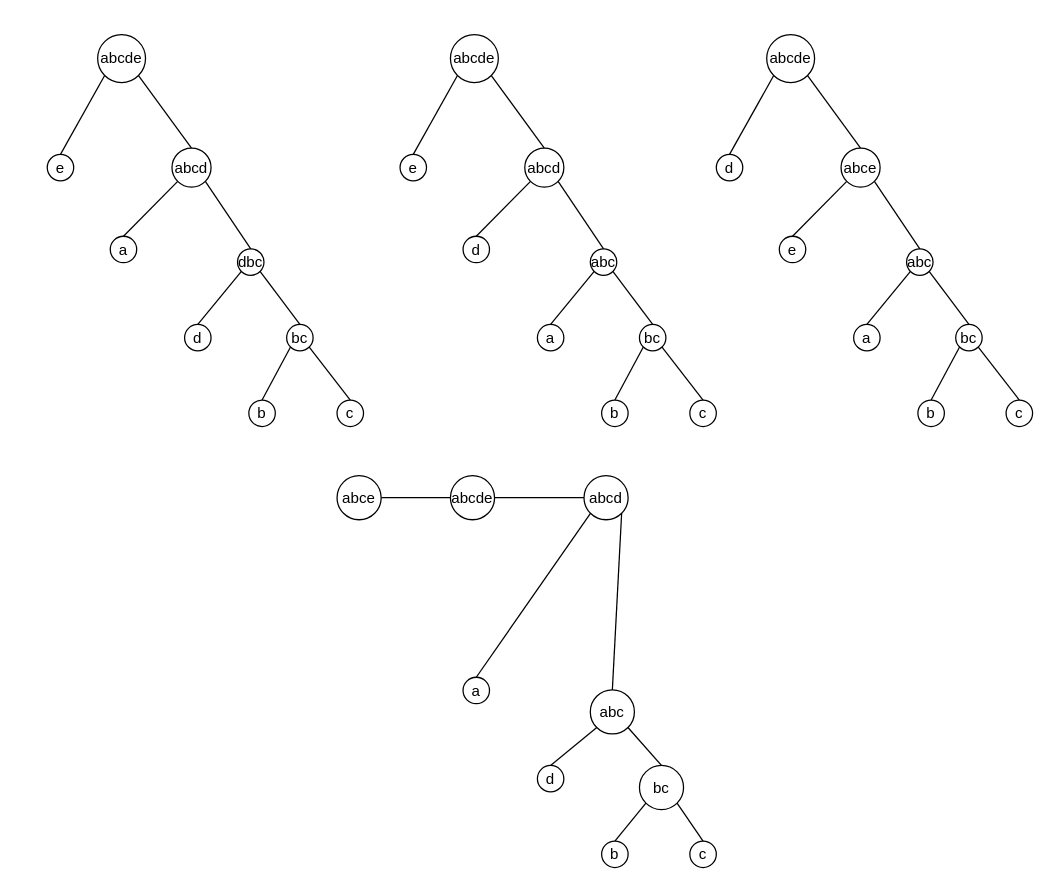
Above: img/Fig_degree.drawio in tahiri-lab/PrismTree (draw.io), before the change. Source tidied: cells renumbered, new cells numbered last; positions are measured from the earlier drawing's top-left corner, leaving out a move shared by most shapes. Both pictures are drawn from the tidied source at 126%, with x=0, y=0 at pixel (47, 34).
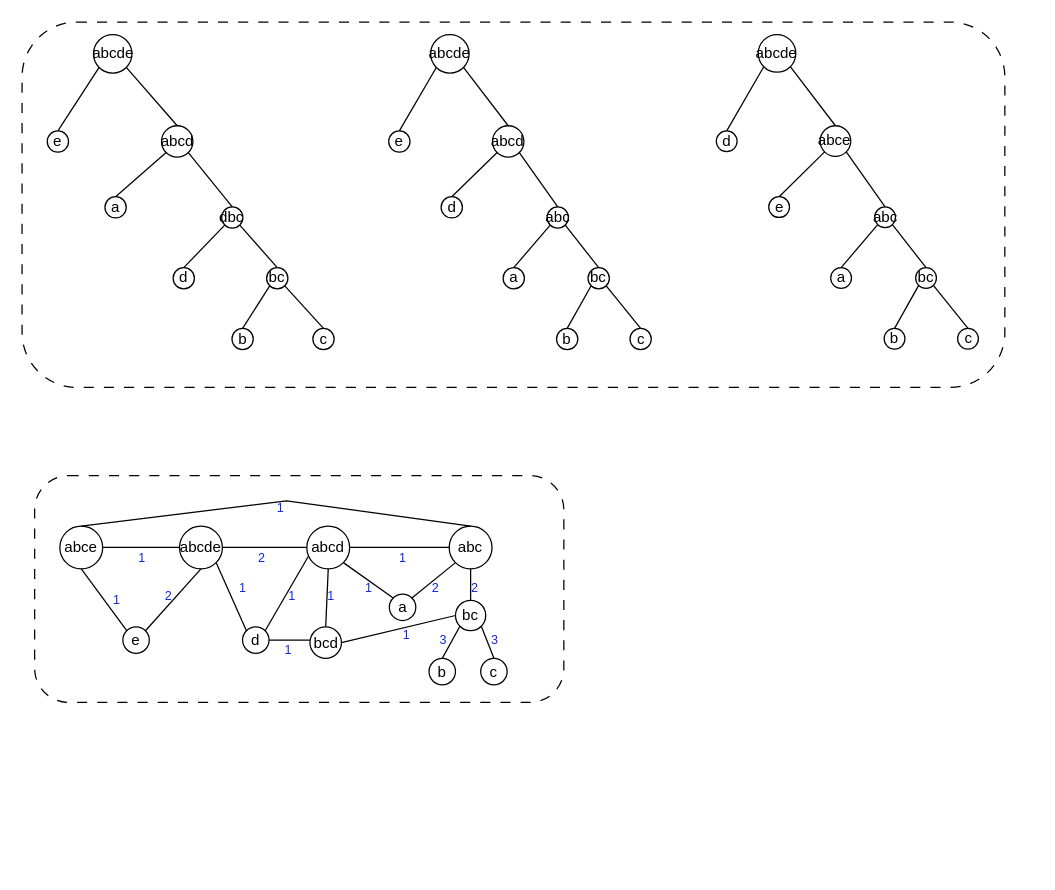
The same page after the edit.

Diff of the diagram source:
```diff
@@
+    <mxCell id="73" style="rounded=1;whiteSpace=wrap;html=1;dashed=1;dashPattern=8 8;" parent="1" vertex="1">
+      <mxGeometry x="-20" y="-10" width="780" height="290" as="geometry" />
+    </mxCell>
+    <mxCell id="74" style="rounded=1;whiteSpace=wrap;html=1;dashed=1;dashPattern=8 8;" parent="1" vertex="1">
+      <mxGeometry x="-10" y="350" width="420" height="180" as="geometry" />
+    </mxCell>
     <mxCell id="2" style="group;" parent="1" vertex="1">
-      <mxGeometry width="251" height="311" as="geometry" />
+      <mxGeometry width="230" height="250" as="geometry" />
     </mxCell>
     <mxCell id="3" value="bc" style="ellipse;whiteSpace=wrap;html=1;fontStyle=0;" parent="2" vertex="1">
-      <mxGeometry x="190" y="230" width="21" height="21" as="geometry" />
+      <mxGeometry x="174.1" y="184.9" width="16.9" height="16.9" as="geometry" />
     </mxCell>
     <mxCell id="4" value="dbc" style="ellipse;whiteSpace=wrap;html=1;fontStyle=0;" parent="2" vertex="1">
-      <mxGeometry x="151" y="170" width="21" height="21" as="geometry" />
+      <mxGeometry x="138.4" y="136.7" width="16.9" height="16.9" as="geometry" />
     </mxCell>
@@
     <mxCell id="11" value="&lt;font style=&quot;font-size: 12px;&quot;&gt;d&lt;/font&gt;" style="ellipse;whiteSpace=wrap;html=1;fontStyle=0;" parent="2" vertex="1">
-      <mxGeometry x="109" y="230" width="21" height="21" as="geometry" />
+      <mxGeometry x="99.9" y="184.9" width="16.9" height="16.9" as="geometry" />
     </mxCell>
     <mxCell id="12" value="&lt;font style=&quot;font-size: 12px;&quot;&gt;b&lt;/font&gt;" style="ellipse;whiteSpace=wrap;html=1;fontStyle=0;" parent="2" vertex="1">
-      <mxGeometry x="160" y="290" width="21" height="21" as="geometry" />
+      <mxGeometry x="146.6" y="233.1" width="16.9" height="16.9" as="geometry" />
     </mxCell>
     <mxCell id="13" value="&lt;font style=&quot;font-size: 12px;&quot;&gt;c&lt;/font&gt;" style="ellipse;whiteSpace=wrap;html=1;fontStyle=0;" parent="2" vertex="1">
-      <mxGeometry x="230" y="290" width="21" height="21" as="geometry" />
+      <mxGeometry x="210.8" y="233.1" width="16.9" height="16.9" as="geometry" />
     </mxCell>
     <mxCell id="14" value="a" style="ellipse;whiteSpace=wrap;html=1;fontStyle=0;" parent="2" vertex="1">
-      <mxGeometry x="50" y="160" width="21" height="21" as="geometry" />
+      <mxGeometry x="45.8" y="128.6" width="16.9" height="16.9" as="geometry" />
     </mxCell>
     <mxCell id="15" value="abcd" style="ellipse;whiteSpace=wrap;html=1;fontStyle=0;" parent="2" vertex="1">
-      <mxGeometry x="99" y="90" width="31" height="31" as="geometry" />
+      <mxGeometry x="90.7" y="72.3" width="24.9" height="24.9" as="geometry" />
     </mxCell>
     <mxCell id="16" value="&lt;font style=&quot;font-size: 12px;&quot;&gt;e&lt;/font&gt;" style="ellipse;whiteSpace=wrap;html=1;fontStyle=0;" parent="2" vertex="1">
-      <mxGeometry y="95" width="21" height="21" as="geometry" />
+      <mxGeometry y="76.4" width="16.9" height="16.9" as="geometry" />
     </mxCell>
     <mxCell id="17" value="&lt;font style=&quot;font-size: 12px;&quot;&gt;abcde&lt;/font&gt;" style="ellipse;whiteSpace=wrap;html=1;fontStyle=0;" parent="2" vertex="1">
-      <mxGeometry x="40" width="38" height="38" as="geometry" />
+      <mxGeometry x="36.7" width="30.5" height="30.5" as="geometry" />
     </mxCell>
@@
     <mxCell id="20" style="group;" parent="1" vertex="1">
-      <mxGeometry x="280" width="251" height="311" as="geometry" />
+      <mxGeometry x="271" width="209" height="250" as="geometry" />
     </mxCell>
     <mxCell id="21" value="bc" style="ellipse;whiteSpace=wrap;html=1;fontStyle=0;" parent="20" vertex="1">
-      <mxGeometry x="190" y="230" width="21" height="21" as="geometry" />
+      <mxGeometry x="158.2" y="184.9" width="16.9" height="16.9" as="geometry" />
     </mxCell>
     <mxCell id="22" value="abc" style="ellipse;whiteSpace=wrap;html=1;fontStyle=0;" parent="20" vertex="1">
-      <mxGeometry x="151" y="170" width="21" height="21" as="geometry" />
+      <mxGeometry x="125.7" y="136.7" width="16.9" height="16.9" as="geometry" />
     </mxCell>
@@
     <mxCell id="29" value="&lt;font style=&quot;font-size: 12px;&quot;&gt;a&lt;/font&gt;" style="ellipse;whiteSpace=wrap;html=1;fontStyle=0;" parent="20" vertex="1">
-      <mxGeometry x="109" y="230" width="21" height="21" as="geometry" />
+      <mxGeometry x="90.8" y="184.9" width="16.9" height="16.9" as="geometry" />
     </mxCell>
     <mxCell id="30" value="&lt;font style=&quot;font-size: 12px;&quot;&gt;b&lt;/font&gt;" style="ellipse;whiteSpace=wrap;html=1;fontStyle=0;" parent="20" vertex="1">
-      <mxGeometry x="160" y="290" width="21" height="21" as="geometry" />
+      <mxGeometry x="133.2" y="233.1" width="16.9" height="16.9" as="geometry" />
     </mxCell>
     <mxCell id="31" value="&lt;font style=&quot;font-size: 12px;&quot;&gt;c&lt;/font&gt;" style="ellipse;whiteSpace=wrap;html=1;fontStyle=0;" parent="20" vertex="1">
-      <mxGeometry x="230" y="290" width="21" height="21" as="geometry" />
+      <mxGeometry x="191.5" y="233.1" width="16.9" height="16.9" as="geometry" />
     </mxCell>
     <mxCell id="32" value="d" style="ellipse;whiteSpace=wrap;html=1;fontStyle=0;" parent="20" vertex="1">
-      <mxGeometry x="50" y="160" width="21" height="21" as="geometry" />
+      <mxGeometry x="41.6" y="128.6" width="16.9" height="16.9" as="geometry" />
     </mxCell>
     <mxCell id="33" value="abcd" style="ellipse;whiteSpace=wrap;html=1;fontStyle=0;" parent="20" vertex="1">
-      <mxGeometry x="99" y="90" width="31" height="31" as="geometry" />
+      <mxGeometry x="82.4" y="72.3" width="24.9" height="24.9" as="geometry" />
     </mxCell>
     <mxCell id="34" value="&lt;font style=&quot;font-size: 12px;&quot;&gt;e&lt;/font&gt;" style="ellipse;whiteSpace=wrap;html=1;fontStyle=0;" parent="20" vertex="1">
-      <mxGeometry y="95" width="21" height="21" as="geometry" />
+      <mxGeometry y="76.4" width="16.9" height="16.9" as="geometry" />
     </mxCell>
     <mxCell id="35" value="&lt;font style=&quot;font-size: 12px;&quot;&gt;abcde&lt;/font&gt;" style="ellipse;whiteSpace=wrap;html=1;fontStyle=0;" parent="20" vertex="1">
-      <mxGeometry x="40" width="38" height="38" as="geometry" />
+      <mxGeometry x="33.3" width="30.5" height="30.5" as="geometry" />
     </mxCell>
@@
     <mxCell id="38" style="group;" parent="1" vertex="1">
-      <mxGeometry x="531" width="251" height="311" as="geometry" />
+      <mxGeometry x="531" width="209" height="250" as="geometry" />
     </mxCell>
     <mxCell id="39" value="bc" style="ellipse;whiteSpace=wrap;html=1;fontStyle=0;" parent="38" vertex="1">
-      <mxGeometry x="190" y="230" width="21" height="21" as="geometry" />
+      <mxGeometry x="158.2" y="184.9" width="16.5" height="16.5" as="geometry" />
     </mxCell>
     <mxCell id="40" value="abc" style="ellipse;whiteSpace=wrap;html=1;fontStyle=0;" parent="38" vertex="1">
-      <mxGeometry x="151" y="170" width="21" height="21" as="geometry" />
+      <mxGeometry x="125.7" y="136.7" width="16.5" height="16.5" as="geometry" />
     </mxCell>
@@
     <mxCell id="47" value="&lt;font style=&quot;font-size: 12px;&quot;&gt;a&lt;/font&gt;" style="ellipse;whiteSpace=wrap;html=1;fontStyle=0;" parent="38" vertex="1">
-      <mxGeometry x="109" y="230" width="21" height="21" as="geometry" />
+      <mxGeometry x="90.8" y="184.9" width="16.5" height="16.5" as="geometry" />
     </mxCell>
     <mxCell id="48" value="&lt;font style=&quot;font-size: 12px;&quot;&gt;b&lt;/font&gt;" style="ellipse;whiteSpace=wrap;html=1;fontStyle=0;" parent="38" vertex="1">
-      <mxGeometry x="160" y="290" width="21" height="21" as="geometry" />
+      <mxGeometry x="133.2" y="233.1" width="16.5" height="16.5" as="geometry" />
     </mxCell>
     <mxCell id="49" value="&lt;font style=&quot;font-size: 12px;&quot;&gt;c&lt;/font&gt;" style="ellipse;whiteSpace=wrap;html=1;fontStyle=0;" parent="38" vertex="1">
-      <mxGeometry x="230" y="290" width="21" height="21" as="geometry" />
+      <mxGeometry x="191.5" y="233.1" width="16.5" height="16.5" as="geometry" />
     </mxCell>
     <mxCell id="50" value="e" style="ellipse;whiteSpace=wrap;html=1;fontStyle=0;" parent="38" vertex="1">
-      <mxGeometry x="50" y="160" width="21" height="21" as="geometry" />
+      <mxGeometry x="41.6" y="128.6" width="16.5" height="16.5" as="geometry" />
     </mxCell>
     <mxCell id="51" value="abce" style="ellipse;whiteSpace=wrap;html=1;fontStyle=0;" parent="38" vertex="1">
-      <mxGeometry x="99" y="90" width="31" height="31" as="geometry" />
+      <mxGeometry x="82.4" y="72.3" width="24.3" height="24.3" as="geometry" />
     </mxCell>
     <mxCell id="52" value="&lt;font style=&quot;font-size: 12px;&quot;&gt;d&lt;/font&gt;" style="ellipse;whiteSpace=wrap;html=1;fontStyle=0;" parent="38" vertex="1">
-      <mxGeometry y="95" width="21" height="21" as="geometry" />
+      <mxGeometry y="76.4" width="16.5" height="16.5" as="geometry" />
     </mxCell>
     <mxCell id="53" value="&lt;font style=&quot;font-size: 12px;&quot;&gt;abcde&lt;/font&gt;" style="ellipse;whiteSpace=wrap;html=1;fontStyle=0;" parent="38" vertex="1">
-      <mxGeometry x="40" width="38" height="38" as="geometry" />
+      <mxGeometry x="33.3" width="29.8" height="29.8" as="geometry" />
     </mxCell>
@@
+    <mxCell id="75" style="group;" parent="1" vertex="1">
+      <mxGeometry x="10" y="380" width="360" height="136" as="geometry" />
+    </mxCell>
-    <mxCell id="56" value="bc" style="ellipse;whiteSpace=wrap;html=1;fontStyle=0;" parent="1" vertex="1">
-      <mxGeometry x="470" y="580" width="35" height="35" as="geometry" />
+    <mxCell id="56" value="bc" style="ellipse;whiteSpace=wrap;html=1;fontStyle=0;" parent="75" vertex="1">
+      <mxGeometry x="314" y="69" width="24" height="24" as="geometry" />
     </mxCell>
-    <mxCell id="57" value="abc" style="ellipse;whiteSpace=wrap;html=1;fontStyle=0;" parent="1" vertex="1">
-      <mxGeometry x="431" y="520" width="35" height="35" as="geometry" />
+    <mxCell id="57" value="abc" style="ellipse;whiteSpace=wrap;html=1;fontStyle=0;" parent="75" vertex="1">
+      <mxGeometry x="309" y="10" width="34" height="34" as="geometry" />
     </mxCell>
-    <mxCell id="58" style="endArrow=none;html=1;rounded=0;exitX=0;exitY=0.5;exitDx=0;exitDy=0;entryX=1;entryY=0.5;entryDx=0;entryDy=0;fontStyle=0;" parent="1" edge="1" source="68" target="70">
+    <mxCell id="58" style="endArrow=none;html=1;rounded=0;exitX=0;exitY=0.5;exitDx=0;exitDy=0;entryX=1;entryY=0.5;entryDx=0;entryDy=0;fontStyle=0;" parent="75" edge="1" source="68" target="70">
       <mxGeometry relative="1" as="geometry" />
     </mxCell>
-    <mxCell id="59" style="endArrow=none;html=1;rounded=0;exitX=0.5;exitY=0;exitDx=0;exitDy=0;entryX=0;entryY=1;entryDx=0;entryDy=0;fontStyle=0;" parent="1" edge="1" source="67" target="68">
+    <mxCell id="59" style="endArrow=none;html=1;rounded=0;exitX=0.5;exitY=0;exitDx=0;exitDy=0;entryX=0.5;entryY=1;entryDx=0;entryDy=0;fontStyle=0;" parent="75" edge="1" source="67" target="68">
       <mxGeometry relative="1" as="geometry" />
     </mxCell>
-    <mxCell id="60" style="endArrow=none;html=1;rounded=0;exitX=0.5;exitY=0;exitDx=0;exitDy=0;entryX=0;entryY=1;entryDx=0;entryDy=0;fontStyle=0;" parent="1" edge="1" source="64" target="57">
+    <mxCell id="60" style="endArrow=none;html=1;rounded=0;exitX=1;exitY=0;exitDx=0;exitDy=0;entryX=0;entryY=1;entryDx=0;entryDy=0;fontStyle=0;" parent="75" edge="1" source="64" target="57">
       <mxGeometry relative="1" as="geometry" />
     </mxCell>
-    <mxCell id="61" style="endArrow=none;html=1;rounded=0;exitX=1;exitY=0.5;exitDx=0;exitDy=0;entryX=0;entryY=0.5;entryDx=0;entryDy=0;fontStyle=0;" parent="1" edge="1" source="69" target="70">
+    <mxCell id="61" style="endArrow=none;html=1;rounded=0;exitX=1;exitY=0.5;exitDx=0;exitDy=0;entryX=0;entryY=0.5;entryDx=0;entryDy=0;fontStyle=0;" parent="75" edge="1" source="69" target="70">
       <mxGeometry relative="1" as="geometry" />
     </mxCell>
-    <mxCell id="62" style="endArrow=none;html=1;rounded=0;entryX=0;entryY=1;entryDx=0;entryDy=0;exitX=0.5;exitY=0;exitDx=0;exitDy=0;fontStyle=0;" parent="1" edge="1" source="65" target="56">
+    <mxCell id="62" style="endArrow=none;html=1;rounded=0;entryX=0;entryY=1;entryDx=0;entryDy=0;exitX=0.5;exitY=0;exitDx=0;exitDy=0;fontStyle=0;" parent="75" edge="1" source="65" target="56">
       <mxGeometry relative="1" as="geometry" />
     </mxCell>
-    <mxCell id="63" style="endArrow=none;html=1;rounded=0;entryX=1;entryY=1;entryDx=0;entryDy=0;exitX=0.5;exitY=0;exitDx=0;exitDy=0;fontStyle=0;" parent="1" edge="1" source="66" target="56">
+    <mxCell id="63" style="endArrow=none;html=1;rounded=0;entryX=1;entryY=1;entryDx=0;entryDy=0;exitX=0.5;exitY=0;exitDx=0;exitDy=0;fontStyle=0;" parent="75" edge="1" source="66" target="56">
       <mxGeometry relative="1" as="geometry" />
     </mxCell>
-    <mxCell id="64" value="&lt;font style=&quot;font-size: 12px;&quot;&gt;d&lt;/font&gt;" style="ellipse;whiteSpace=wrap;html=1;fontStyle=0;" parent="1" vertex="1">
-      <mxGeometry x="389" y="580" width="21" height="21" as="geometry" />
+    <mxCell id="64" value="&lt;font style=&quot;font-size: 12px;&quot;&gt;a&lt;/font&gt;" style="ellipse;whiteSpace=wrap;html=1;fontStyle=0;" parent="75" vertex="1">
+      <mxGeometry x="261.5" y="64" width="21" height="21" as="geometry" />
     </mxCell>
-    <mxCell id="65" value="&lt;font style=&quot;font-size: 12px;&quot;&gt;b&lt;/font&gt;" style="ellipse;whiteSpace=wrap;html=1;fontStyle=0;" parent="1" vertex="1">
-      <mxGeometry x="440" y="640" width="21" height="21" as="geometry" />
+    <mxCell id="65" value="&lt;font style=&quot;font-size: 12px;&quot;&gt;b&lt;/font&gt;" style="ellipse;whiteSpace=wrap;html=1;fontStyle=0;" parent="75" vertex="1">
+      <mxGeometry x="293" y="115" width="21" height="21" as="geometry" />
     </mxCell>
-    <mxCell id="66" value="&lt;font style=&quot;font-size: 12px;&quot;&gt;c&lt;/font&gt;" style="ellipse;whiteSpace=wrap;html=1;fontStyle=0;" parent="1" vertex="1">
-      <mxGeometry x="510" y="640" width="21" height="21" as="geometry" />
+    <mxCell id="66" value="&lt;font style=&quot;font-size: 12px;&quot;&gt;c&lt;/font&gt;" style="ellipse;whiteSpace=wrap;html=1;fontStyle=0;" parent="75" vertex="1">
+      <mxGeometry x="334" y="115" width="21" height="21" as="geometry" />
     </mxCell>
-    <mxCell id="67" value="a" style="ellipse;whiteSpace=wrap;html=1;fontStyle=0;" parent="1" vertex="1">
-      <mxGeometry x="330" y="510" width="21" height="21" as="geometry" />
+    <mxCell id="67" value="bcd" style="ellipse;whiteSpace=wrap;html=1;fontStyle=0;" parent="75" vertex="1">
+      <mxGeometry x="198.5" y="90" width="25" height="25" as="geometry" />
     </mxCell>
-    <mxCell id="68" value="abcd" style="ellipse;whiteSpace=wrap;html=1;fontStyle=0;" parent="1" vertex="1">
-      <mxGeometry x="426" y="350" width="35" height="35" as="geometry" />
+    <mxCell id="68" value="abcd" style="ellipse;whiteSpace=wrap;html=1;fontStyle=0;" parent="75" vertex="1">
+      <mxGeometry x="196" y="10" width="34" height="34" as="geometry" />
     </mxCell>
-    <mxCell id="69" value="&lt;font style=&quot;font-size: 12px;&quot;&gt;abce&lt;/font&gt;" style="ellipse;whiteSpace=wrap;html=1;fontStyle=0;" parent="1" vertex="1">
-      <mxGeometry x="230" y="350" width="35" height="35" as="geometry" />
+    <mxCell id="69" value="&lt;font style=&quot;font-size: 12px;&quot;&gt;abce&lt;/font&gt;" style="ellipse;whiteSpace=wrap;html=1;fontStyle=0;" parent="75" vertex="1">
+      <mxGeometry y="10" width="34" height="34" as="geometry" />
     </mxCell>
-    <mxCell id="70" value="&lt;font style=&quot;font-size: 12px;&quot;&gt;abcde&lt;/font&gt;" style="ellipse;whiteSpace=wrap;html=1;fontStyle=0;" parent="1" vertex="1">
-      <mxGeometry x="320" y="350" width="35" height="35" as="geometry" />
+    <mxCell id="70" value="&lt;font style=&quot;font-size: 12px;&quot;&gt;abcde&lt;/font&gt;" style="ellipse;whiteSpace=wrap;html=1;fontStyle=0;" parent="75" vertex="1">
+      <mxGeometry x="95" y="10" width="34" height="34" as="geometry" />
     </mxCell>
-    <mxCell id="71" style="endArrow=none;html=1;rounded=0;entryX=1;entryY=1;entryDx=0;entryDy=0;exitX=0.5;exitY=0;exitDx=0;exitDy=0;fontStyle=0;" parent="1" edge="1" source="57" target="68">
+    <mxCell id="71" style="endArrow=none;html=1;rounded=0;entryX=1;entryY=0.5;entryDx=0;entryDy=0;exitX=0;exitY=0.5;exitDx=0;exitDy=0;fontStyle=0;" parent="75" edge="1" source="57" target="68">
       <mxGeometry relative="1" as="geometry" />
     </mxCell>
-    <mxCell id="72" style="endArrow=none;html=1;rounded=0;entryX=1;entryY=1;entryDx=0;entryDy=0;exitX=0.5;exitY=0;exitDx=0;exitDy=0;fontStyle=0;" parent="1" edge="1" source="56" target="57">
+    <mxCell id="72" style="endArrow=none;html=1;rounded=0;entryX=0.5;entryY=1;entryDx=0;entryDy=0;exitX=0.5;exitY=0;exitDx=0;exitDy=0;fontStyle=0;" parent="75" edge="1" source="56" target="57">
       <mxGeometry relative="1" as="geometry" />
     </mxCell>
+    <mxCell id="76" style="endArrow=none;html=1;rounded=0;entryX=1;entryY=1;entryDx=0;entryDy=0;exitX=0;exitY=0;exitDx=0;exitDy=0;" parent="75" edge="1" source="64" target="68">
+      <mxGeometry relative="1" as="geometry" />
+    </mxCell>
+    <mxCell id="77" value="&lt;font style=&quot;font-size: 12px;&quot;&gt;e&lt;/font&gt;" style="ellipse;whiteSpace=wrap;html=1;fontStyle=0;" parent="75" vertex="1">
+      <mxGeometry x="50" y="90" width="21" height="21" as="geometry" />
+    </mxCell>
+    <mxCell id="78" style="endArrow=none;html=1;rounded=0;exitX=0;exitY=0;exitDx=0;exitDy=0;entryX=0.5;entryY=1;entryDx=0;entryDy=0;" parent="75" edge="1" source="77" target="69">
+      <mxGeometry relative="1" as="geometry" />
+    </mxCell>
+    <mxCell id="79" style="endArrow=none;html=1;rounded=0;entryX=0.5;entryY=1;entryDx=0;entryDy=0;exitX=1;exitY=0;exitDx=0;exitDy=0;" parent="75" edge="1" source="77" target="70">
+      <mxGeometry relative="1" as="geometry" />
+    </mxCell>
+    <mxCell id="80" value="&lt;font style=&quot;font-size: 12px;&quot;&gt;d&lt;/font&gt;" style="ellipse;whiteSpace=wrap;html=1;fontStyle=0;" parent="75" vertex="1">
+      <mxGeometry x="145" y="90" width="21" height="21" as="geometry" />
+    </mxCell>
+    <mxCell id="81" style="endArrow=none;html=1;rounded=0;entryX=0.034;entryY=0.71;entryDx=0;entryDy=0;entryPerimeter=0;exitX=1;exitY=0;exitDx=0;exitDy=0;" parent="75" edge="1" source="80" target="68">
+      <mxGeometry relative="1" as="geometry" />
+    </mxCell>
+    <mxCell id="82" style="endArrow=none;html=1;rounded=0;entryX=1;entryY=1;entryDx=0;entryDy=0;exitX=0;exitY=0;exitDx=0;exitDy=0;" parent="75" edge="1" source="80" target="70">
+      <mxGeometry relative="1" as="geometry" />
+    </mxCell>
+    <mxCell id="83" style="endArrow=none;html=1;rounded=0;entryX=1;entryY=0.5;entryDx=0;entryDy=0;exitX=0.007;exitY=0.422;exitDx=0;exitDy=0;exitPerimeter=0;" parent="75" edge="1" source="67" target="80">
+      <mxGeometry relative="1" as="geometry" />
+    </mxCell>
+    <mxCell id="84" style="endArrow=none;html=1;rounded=0;entryX=0;entryY=0.5;entryDx=0;entryDy=0;exitX=1;exitY=0.5;exitDx=0;exitDy=0;" parent="75" edge="1" source="67" target="56">
+      <mxGeometry relative="1" as="geometry" />
+    </mxCell>
+    <mxCell id="85" style="endArrow=none;html=1;rounded=0;entryX=0.5;entryY=0;entryDx=0;entryDy=0;exitX=0.5;exitY=0;exitDx=0;exitDy=0;" parent="75" edge="1" source="69" target="57">
+      <mxGeometry relative="1" as="geometry">
+        <Array as="points">
+          <mxPoint x="180" y="-10" />
+        </Array>
+      </mxGeometry>
+    </mxCell>
+    <mxCell id="86" value="&lt;font color=&quot;#0d27e7&quot; style=&quot;font-size: 10px;&quot;&gt;1&lt;/font&gt;" style="text;html=1;align=center;verticalAlign=middle;fontColor=#3e0925;" parent="75" vertex="1">
+      <mxGeometry x="50" y="20" width="30" height="30" as="geometry" />
+    </mxCell>
+    <mxCell id="87" value="&lt;font color=&quot;#0d27e7&quot; style=&quot;font-size: 10px;&quot;&gt;1&lt;/font&gt;" style="text;html=1;align=center;verticalAlign=middle;fontColor=#3e0925;" parent="75" vertex="1">
+      <mxGeometry x="30" y="53" width="30" height="30" as="geometry" />
+    </mxCell>
+    <mxCell id="88" value="&lt;font color=&quot;#0d27e7&quot; style=&quot;font-size: 10px;&quot;&gt;2&lt;/font&gt;" style="text;html=1;align=center;verticalAlign=middle;fontColor=#3e0925;" parent="75" vertex="1">
+      <mxGeometry x="71" y="50" width="30" height="30" as="geometry" />
+    </mxCell>
+    <mxCell id="89" value="&lt;font color=&quot;#0d27e7&quot; style=&quot;font-size: 10px;&quot;&gt;1&lt;/font&gt;" style="text;html=1;align=center;verticalAlign=middle;fontColor=#3e0925;" parent="75" vertex="1">
+      <mxGeometry x="130" y="44" width="30" height="30" as="geometry" />
+    </mxCell>
+    <mxCell id="90" value="&lt;font color=&quot;#0d27e7&quot; style=&quot;font-size: 10px;&quot;&gt;2&lt;/font&gt;" style="text;html=1;align=center;verticalAlign=middle;fontColor=#3e0925;" parent="75" vertex="1">
+      <mxGeometry x="145" y="20" width="30" height="30" as="geometry" />
+    </mxCell>
+    <mxCell id="91" value="&lt;font color=&quot;#0d27e7&quot; style=&quot;font-size: 10px;&quot;&gt;1&lt;/font&gt;" style="text;html=1;align=center;verticalAlign=middle;fontColor=#3e0925;" parent="75" vertex="1">
+      <mxGeometry x="168.5" y="50" width="30" height="30" as="geometry" />
+    </mxCell>
+    <mxCell id="92" value="&lt;font color=&quot;#0d27e7&quot; style=&quot;font-size: 10px;&quot;&gt;1&lt;/font&gt;" style="text;html=1;align=center;verticalAlign=middle;fontColor=#3e0925;" parent="75" vertex="1">
+      <mxGeometry x="166" y="93" width="30" height="30" as="geometry" />
+    </mxCell>
+    <mxCell id="93" value="&lt;font color=&quot;#0d27e7&quot; style=&quot;font-size: 10px;&quot;&gt;1&lt;/font&gt;" style="text;html=1;align=center;verticalAlign=middle;fontColor=#3e0925;" parent="75" vertex="1">
+      <mxGeometry x="230" y="44" width="30" height="30" as="geometry" />
+    </mxCell>
+    <mxCell id="94" value="&lt;font color=&quot;#0d27e7&quot; style=&quot;font-size: 10px;&quot;&gt;1&lt;/font&gt;" style="text;html=1;align=center;verticalAlign=middle;fontColor=#3e0925;" parent="75" vertex="1">
+      <mxGeometry x="200" y="50" width="30" height="30" as="geometry" />
+    </mxCell>
+    <mxCell id="95" value="&lt;font color=&quot;#0d27e7&quot; style=&quot;font-size: 10px;&quot;&gt;1&lt;/font&gt;" style="text;html=1;align=center;verticalAlign=middle;fontColor=#3e0925;" parent="75" vertex="1">
+      <mxGeometry x="257" y="20" width="30" height="30" as="geometry" />
+    </mxCell>
+    <mxCell id="96" value="&lt;font color=&quot;#0d27e7&quot; style=&quot;font-size: 10px;&quot;&gt;2&lt;/font&gt;" style="text;html=1;align=center;verticalAlign=middle;fontColor=#3e0925;" parent="75" vertex="1">
+      <mxGeometry x="282.5" y="44" width="30" height="30" as="geometry" />
+    </mxCell>
+    <mxCell id="97" value="&lt;font color=&quot;#0d27e7&quot; style=&quot;font-size: 10px;&quot;&gt;2&lt;/font&gt;" style="text;html=1;align=center;verticalAlign=middle;fontColor=#3e0925;" parent="75" vertex="1">
+      <mxGeometry x="314" y="44" width="30" height="30" as="geometry" />
+    </mxCell>
+    <mxCell id="98" value="&lt;font color=&quot;#0d27e7&quot; style=&quot;font-size: 10px;&quot;&gt;1&lt;/font&gt;" style="text;html=1;align=center;verticalAlign=middle;fontColor=#3e0925;" parent="75" vertex="1">
+      <mxGeometry x="260" y="81" width="30" height="30" as="geometry" />
+    </mxCell>
+    <mxCell id="99" value="&lt;font color=&quot;#0d27e7&quot; style=&quot;font-size: 10px;&quot;&gt;3&lt;/font&gt;" style="text;html=1;align=center;verticalAlign=middle;fontColor=#3e0925;" parent="75" vertex="1">
+      <mxGeometry x="288.5" y="85" width="30" height="30" as="geometry" />
+    </mxCell>
+    <mxCell id="100" value="&lt;font color=&quot;#0d27e7&quot; style=&quot;font-size: 10px;&quot;&gt;3&lt;/font&gt;" style="text;html=1;align=center;verticalAlign=middle;fontColor=#3e0925;" parent="75" vertex="1">
+      <mxGeometry x="330" y="85" width="30" height="30" as="geometry" />
+    </mxCell>
+    <mxCell id="101" value="&lt;font color=&quot;#0d27e7&quot; style=&quot;font-size: 10px;&quot;&gt;1&lt;/font&gt;" style="text;html=1;align=center;verticalAlign=middle;fontColor=#3e0925;" parent="75" vertex="1">
+      <mxGeometry x="160" y="-20" width="30" height="30" as="geometry" />
+    </mxCell>
```
